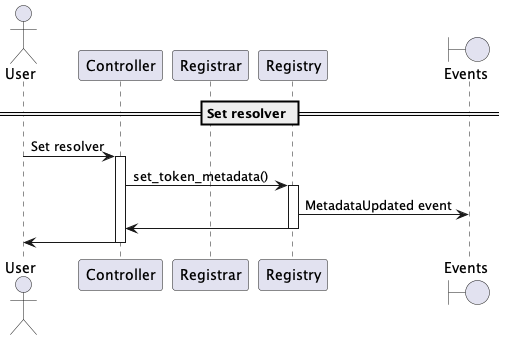
This is docs/sequence-diagrams/puml/set-resolver.png from make-software/cspr-name-contracts, a PlantUML export, as it was before one commit.
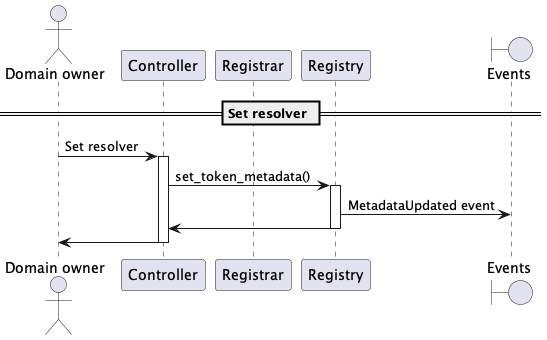
After the commit.

The edit, as a diff of the source:
```diff
@@ -1,6 +1,6 @@
 @startuml
 
-actor User
+actor "Domain owner"
 participant "Controller"
 participant "Registrar"
 participant "Registry"
@@ -8,7 +8,7 @@
 
 == Set resolver ==
 
-User -> Controller: Set resolver
+"Domain owner" -> Controller: Set resolver
 activate Controller
 
 Controller -> Registry: set_token_metadata()
@@ -16,6 +16,6 @@
 Registry -> "Events": MetadataUpdated event
 Registry -> Controller
 deactivate Registry
-Controller -> User
+Controller -> "Domain owner"
 deactivate Controller
 @enduml
```
